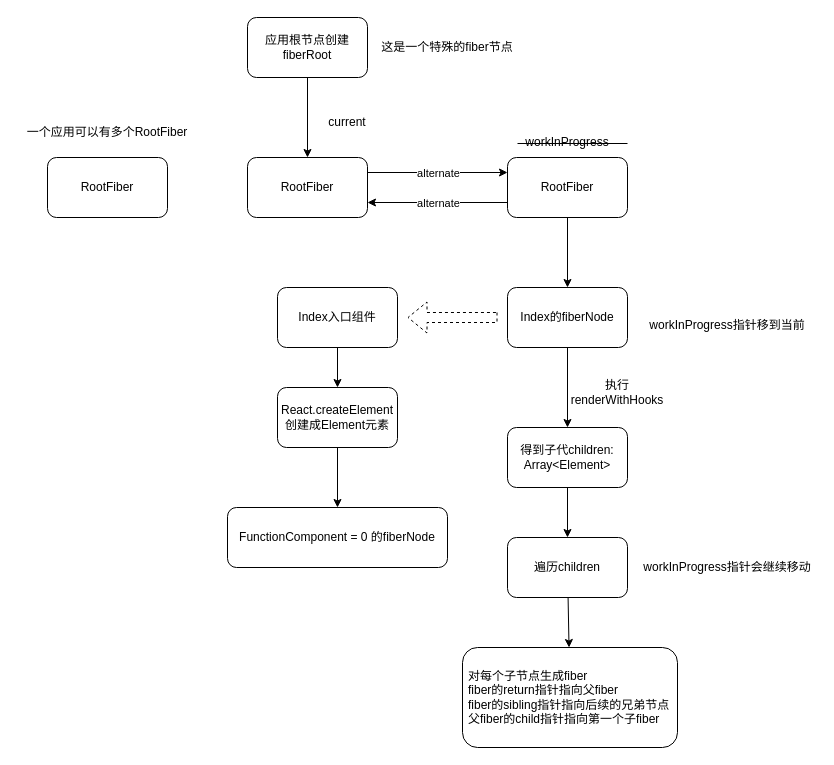
This is React/fiber体系/fiber树的创建过程.drawio from YoungMandy/Web-Front, a draw.io file, before an edit. Source tidied: cells renumbered, new cells numbered last; positions are measured from the earlier drawing's top-left corner, leaving out a move shared by most shapes. Both pictures are drawn from the tidied source at 100%, with x=0, y=0 at pixel (17, 17).
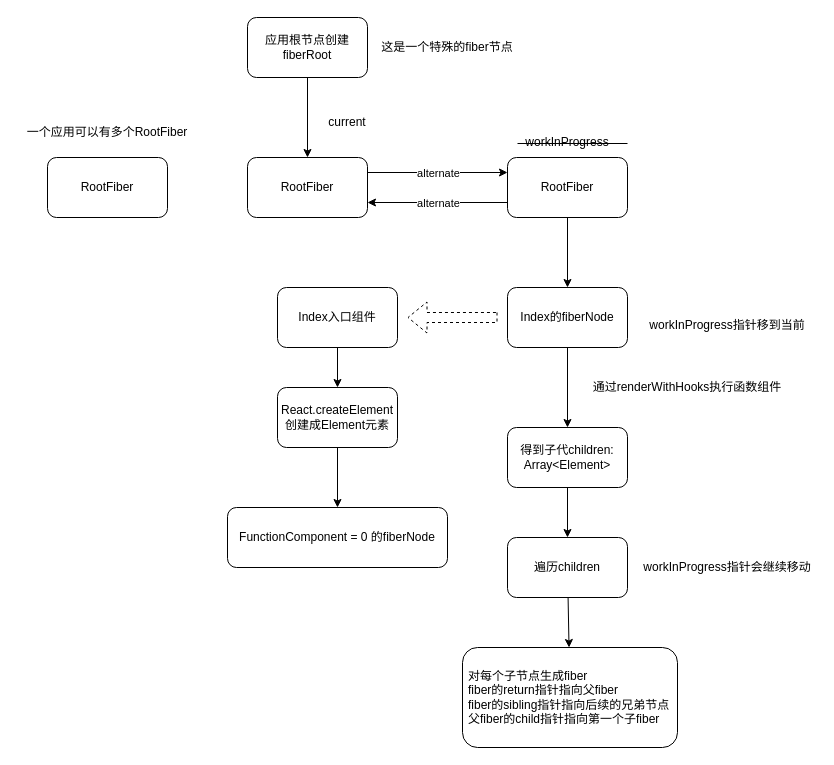
After the change.

Commit message (it also covers changes not shown here):
docs: fiber树的更新过程

The edit, as a diff of the source:
```diff
@@
-    <mxCell id="27" value="执行renderWithHooks" style="text;html=1;strokeColor=none;fillColor=none;align=center;verticalAlign=middle;whiteSpace=wrap;rounded=0;" parent="1" vertex="1">
-      <mxGeometry x="570" y="360" width="60" height="30" as="geometry" />
+    <mxCell id="27" value="通过renderWithHooks执行函数组件" style="text;html=1;strokeColor=none;fillColor=none;align=center;verticalAlign=middle;whiteSpace=wrap;rounded=0;" parent="1" vertex="1">
+      <mxGeometry x="570" y="360" width="200" height="20" as="geometry" />
     </mxCell>
```
